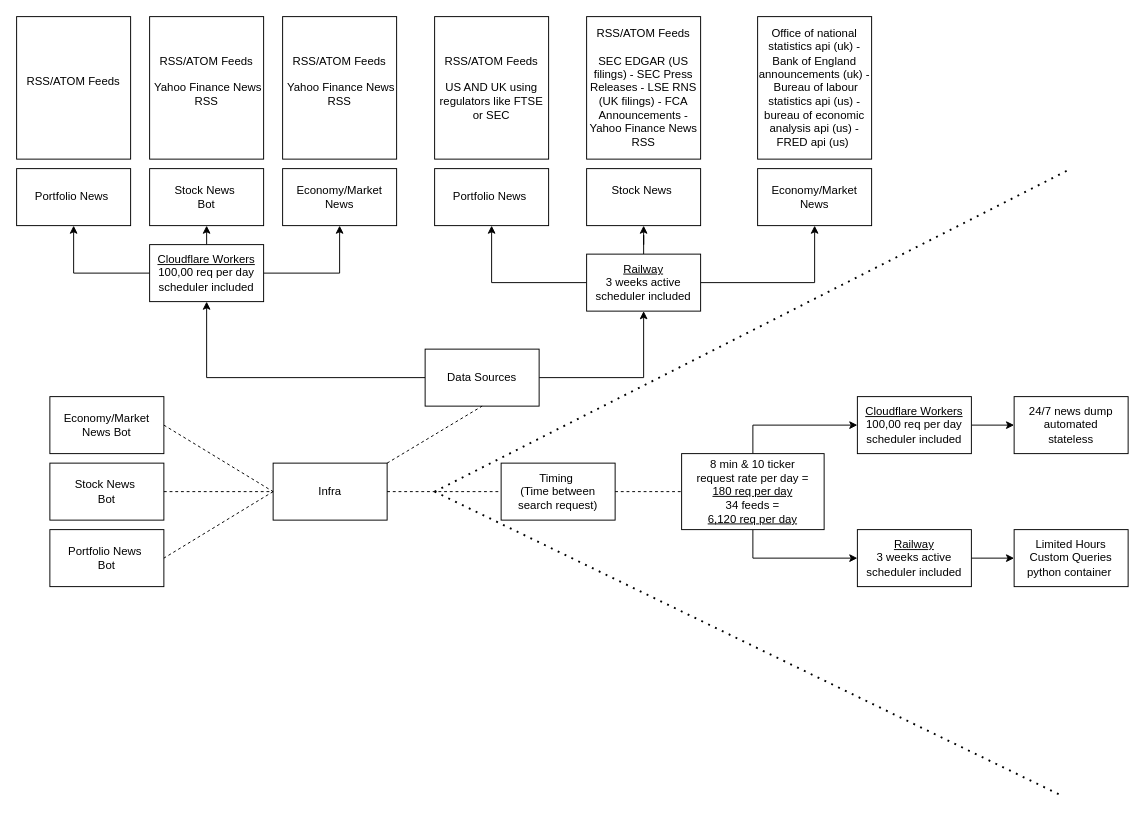
JackFurmy/Stck_Repo keeps this draw.io diagram as Diagrams/Stock_News_Bot_Infra.drawio. Above is the earlier version. Source tidied: cells renumbered, new cells numbered last; positions are measured from the earlier drawing's top-left corner, leaving out a move shared by most shapes. Both pictures are drawn from the tidied source at 95%, with x=0, y=0 at pixel (16, 16).
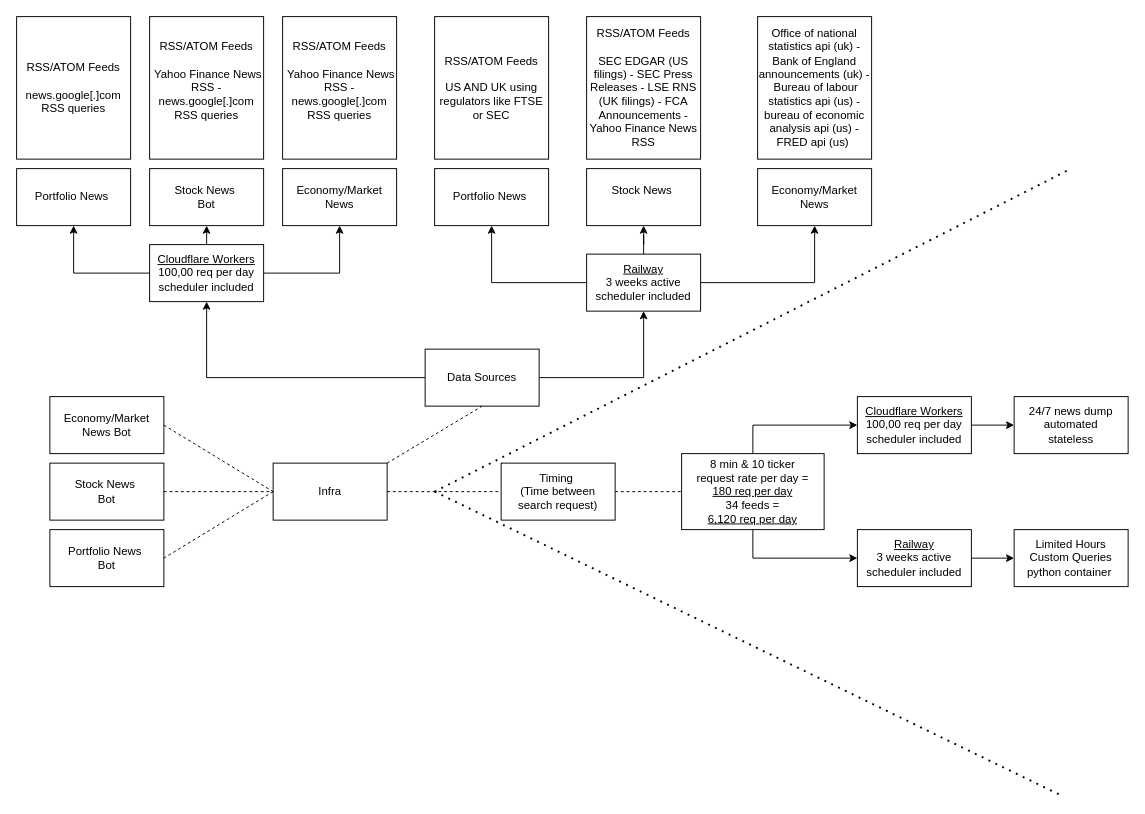
After the change.

Change to the diagram source:
```diff
@@
-    <mxCell id="44" value="&lt;div&gt;RSS/ATOM Feeds&lt;/div&gt;&lt;div&gt;&lt;br&gt;&lt;/div&gt;&lt;div&gt;&amp;nbsp;Yahoo Finance News RSS&lt;br&gt;&lt;/div&gt;&lt;div&gt;&lt;br&gt;&lt;/div&gt;" style="rounded=0;whiteSpace=wrap;html=1;" parent="1" vertex="1">
+    <mxCell id="44" value="&lt;div&gt;RSS/ATOM Feeds&lt;/div&gt;&lt;div&gt;&lt;br&gt;&lt;/div&gt;&lt;div&gt;&amp;nbsp;Yahoo Finance News RSS - news.google[.]com RSS queries&lt;/div&gt;&lt;div&gt;&lt;br&gt;&lt;/div&gt;" style="rounded=0;whiteSpace=wrap;html=1;" parent="1" vertex="1">
       <mxGeometry x="140" width="120" height="150" as="geometry" />
     </mxCell>
-    <mxCell id="45" value="&lt;div&gt;RSS/ATOM Feeds&lt;/div&gt;&lt;div&gt;&lt;br&gt;&lt;/div&gt;" style="rounded=0;whiteSpace=wrap;html=1;" parent="1" vertex="1">
+    <mxCell id="45" value="&lt;div&gt;RSS/ATOM Feeds&lt;/div&gt;&lt;div&gt;&lt;br&gt;&lt;/div&gt;&lt;div&gt;news.google[.]com RSS queries&lt;br&gt;&lt;/div&gt;" style="rounded=0;whiteSpace=wrap;html=1;" parent="1" vertex="1">
       <mxGeometry width="120" height="150" as="geometry" />
     </mxCell>
-    <mxCell id="46" value="&lt;div&gt;RSS/ATOM Feeds&lt;/div&gt;&lt;div&gt;&lt;br&gt;&lt;/div&gt;&lt;div&gt;&amp;nbsp;Yahoo Finance News RSS&lt;br&gt;&lt;/div&gt;&lt;div&gt;&lt;br&gt;&lt;/div&gt;" style="rounded=0;whiteSpace=wrap;html=1;" parent="1" vertex="1">
+    <mxCell id="46" value="&lt;div&gt;RSS/ATOM Feeds&lt;/div&gt;&lt;div&gt;&lt;br&gt;&lt;/div&gt;&lt;div&gt;&amp;nbsp;Yahoo Finance News RSS - news.google[.]com RSS queries&lt;/div&gt;&lt;div&gt;&lt;br&gt;&lt;/div&gt;" style="rounded=0;whiteSpace=wrap;html=1;" parent="1" vertex="1">
       <mxGeometry x="280" width="120" height="150" as="geometry" />
     </mxCell>
```
